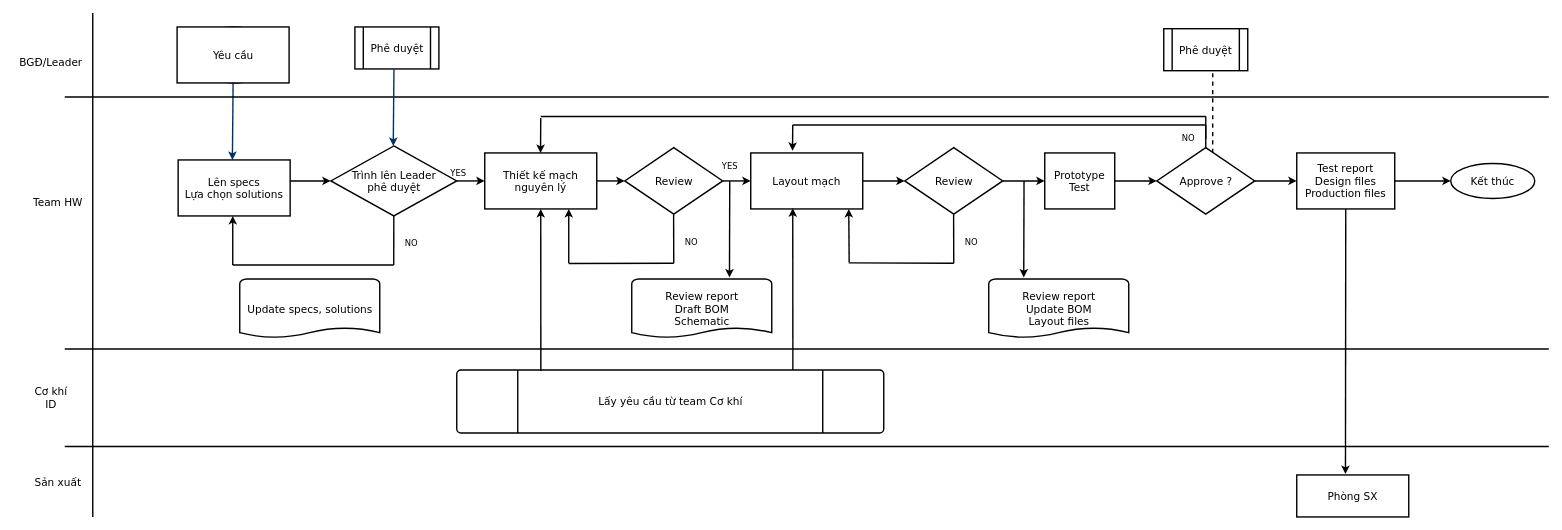
This is QuyTrinh.drawio from anhvanthe/01_my_drawio, a draw.io file, before an edit. Source tidied: cells renumbered, new cells numbered last; positions are measured from the earlier drawing's top-left corner, leaving out a move shared by most shapes. Both pictures are drawn from the tidied source at 70%, with x=0, y=0 at pixel (12, 13).
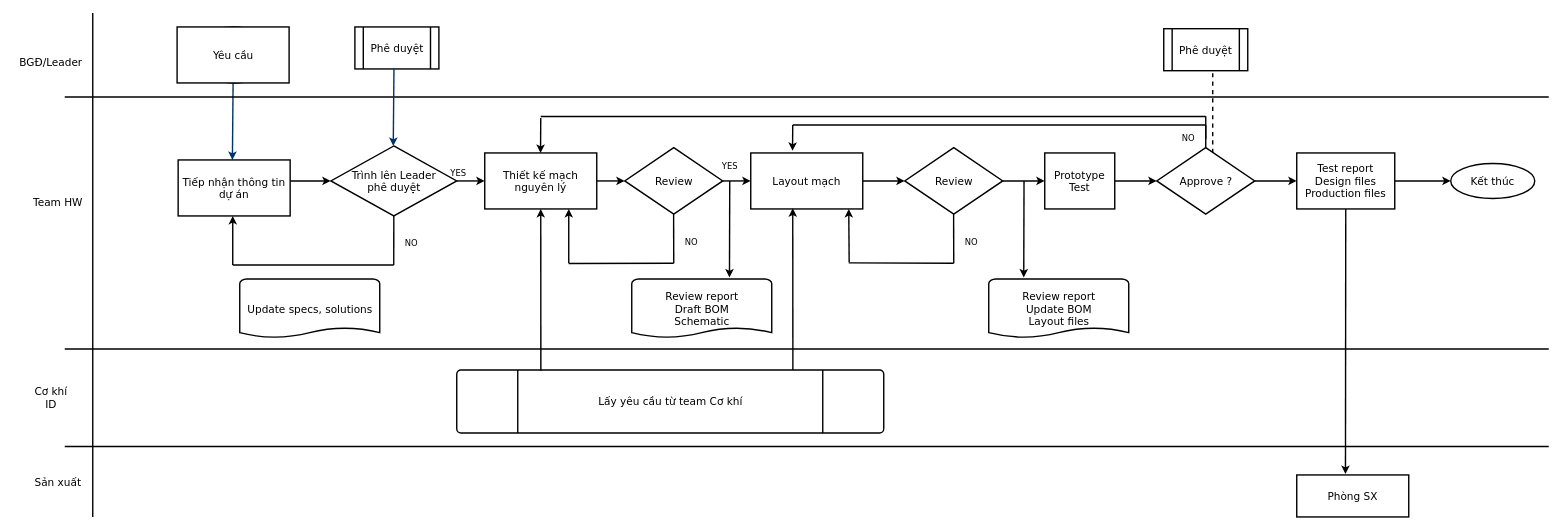
Above is the later version.

Change to the diagram source:
```diff
@@
-    <mxCell id="26" value="Lên specs&lt;br style=&quot;font-size: 15px;&quot;&gt;Lựa chọn solutions" style="rounded=0;whiteSpace=wrap;html=1;fontFamily=Verdana;fontSize=15;strokeWidth=2;" parent="1" vertex="1">
+    <mxCell id="26" value="Tiếp nhận thông tin dự án" style="rounded=0;whiteSpace=wrap;html=1;fontFamily=Verdana;fontSize=15;strokeWidth=2;" parent="1" vertex="1">
       <mxGeometry x="237" y="210" width="160" height="80" as="geometry" />
     </mxCell>
```
